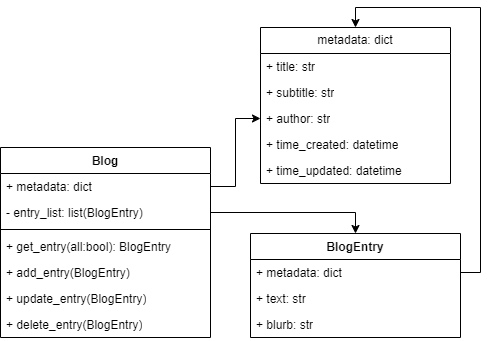
AeroArty/SDDE330_HW1 keeps this draw.io diagram as ClassDiagram.png. Above is the earlier version. Source tidied: cells renumbered, new cells last; positions are measured from the earlier drawing's top-left corner, leaving out a move shared by most shapes. Source of this version:
```xml
<mxGraphModel>
  <root>
    <mxCell id="0" />
    <mxCell id="1" parent="0" />
    <mxCell id="2" style="edgeStyle=orthogonalEdgeStyle;rounded=0;jettySize=auto;html=1;entryX=0.5;entryY=0;entryDx=0;entryDy=0;exitX=1;exitY=0.5;exitDx=0;exitDy=0;" parent="1" edge="1" source="5" target="18">
      <mxGeometry relative="1" as="geometry" />
    </mxCell>
    <mxCell id="3" value="Blog" style="swimlane;fontStyle=1;align=center;verticalAlign=top;horizontal=1;startSize=26;whiteSpace=wrap;html=1;" parent="1" vertex="1">
      <mxGeometry y="120" width="210" height="190" as="geometry" />
    </mxCell>
    <mxCell id="4" value="+ metadata: dict&amp;nbsp;" style="text;strokeColor=none;fillColor=none;align=left;verticalAlign=top;spacingLeft=4;spacingRight=4;overflow=hidden;points=[[0,0.5],[1,0.5]];portConstraint=eastwest;whiteSpace=wrap;html=1;" parent="3" vertex="1">
      <mxGeometry y="26" width="210" height="26" as="geometry" />
    </mxCell>
    <mxCell id="5" value="- entry_list: list(BlogEntry)&amp;nbsp;" style="text;strokeColor=none;fillColor=none;align=left;verticalAlign=top;spacingLeft=4;spacingRight=4;overflow=hidden;points=[[0,0.5],[1,0.5]];portConstraint=eastwest;whiteSpace=wrap;html=1;" parent="3" vertex="1">
      <mxGeometry y="52" width="210" height="26" as="geometry" />
    </mxCell>
    <mxCell id="6" style="line;strokeWidth=1;fillColor=none;align=left;verticalAlign=middle;spacingTop=-1;spacingLeft=3;spacingRight=3;labelPosition=right;strokeColor=inherit;" parent="3" vertex="1">
      <mxGeometry y="78" width="210" height="8" as="geometry" />
    </mxCell>
    <mxCell id="7" value="+ get_entry(all:bool): BlogEntry" style="text;strokeColor=none;fillColor=none;align=left;verticalAlign=top;spacingLeft=4;spacingRight=4;overflow=hidden;whiteSpace=wrap;html=1;" parent="3" vertex="1">
      <mxGeometry y="86" width="210" height="26" as="geometry" />
    </mxCell>
    <mxCell id="8" value="+ add_entry(BlogEntry)" style="text;strokeColor=none;fillColor=none;align=left;verticalAlign=top;spacingLeft=4;spacingRight=4;overflow=hidden;whiteSpace=wrap;html=1;" parent="3" vertex="1">
      <mxGeometry y="112" width="210" height="26" as="geometry" />
    </mxCell>
    <mxCell id="9" value="+ update_entry(BlogEntry)" style="text;strokeColor=none;fillColor=none;align=left;verticalAlign=top;spacingLeft=4;spacingRight=4;overflow=hidden;whiteSpace=wrap;html=1;" parent="3" vertex="1">
      <mxGeometry y="138" width="210" height="26" as="geometry" />
    </mxCell>
    <mxCell id="10" value="+ delete_entry(BlogEntry)" style="text;strokeColor=none;fillColor=none;align=left;verticalAlign=top;spacingLeft=4;spacingRight=4;overflow=hidden;whiteSpace=wrap;html=1;" parent="3" vertex="1">
      <mxGeometry y="164" width="210" height="26" as="geometry" />
    </mxCell>
    <mxCell id="11" value="metadata: dict" style="swimlane;fontStyle=0;horizontal=1;startSize=26;fillColor=none;whiteSpace=wrap;html=1;" parent="1" vertex="1">
      <mxGeometry x="260" width="190" height="156" as="geometry" />
    </mxCell>
    <mxCell id="12" value="+ title: str" style="text;strokeColor=none;fillColor=none;align=left;verticalAlign=top;spacingLeft=4;spacingRight=4;overflow=hidden;whiteSpace=wrap;html=1;" parent="11" vertex="1">
      <mxGeometry y="26" width="190" height="26" as="geometry" />
    </mxCell>
    <mxCell id="13" value="+ subtitle: str" style="text;strokeColor=none;fillColor=none;align=left;verticalAlign=top;spacingLeft=4;spacingRight=4;overflow=hidden;whiteSpace=wrap;html=1;" parent="11" vertex="1">
      <mxGeometry y="52" width="190" height="26" as="geometry" />
    </mxCell>
    <mxCell id="14" value="+ author: str" style="text;strokeColor=none;fillColor=none;align=left;verticalAlign=top;spacingLeft=4;spacingRight=4;overflow=hidden;points=[[0,0.5],[1,0.5]];portConstraint=eastwest;whiteSpace=wrap;html=1;" parent="11" vertex="1">
      <mxGeometry y="78" width="190" height="26" as="geometry" />
    </mxCell>
    <mxCell id="15" value="+ time_created: datetime" style="text;strokeColor=none;fillColor=none;align=left;verticalAlign=top;spacingLeft=4;spacingRight=4;overflow=hidden;whiteSpace=wrap;html=1;" parent="11" vertex="1">
      <mxGeometry y="104" width="190" height="26" as="geometry" />
    </mxCell>
    <mxCell id="16" value="+ time_updated: datetime" style="text;strokeColor=none;fillColor=none;align=left;verticalAlign=top;spacingLeft=4;spacingRight=4;overflow=hidden;whiteSpace=wrap;html=1;" parent="11" vertex="1">
      <mxGeometry y="130" width="190" height="26" as="geometry" />
    </mxCell>
    <mxCell id="17" style="edgeStyle=orthogonalEdgeStyle;rounded=0;jettySize=auto;html=1;exitX=1;exitY=0.5;exitDx=0;exitDy=0;entryX=0;entryY=0.5;entryDx=0;entryDy=0;" parent="1" edge="1" source="4" target="14">
      <mxGeometry relative="1" as="geometry" />
    </mxCell>
    <mxCell id="18" value="BlogEntry" style="swimlane;fontStyle=1;align=center;verticalAlign=top;horizontal=1;startSize=26;whiteSpace=wrap;html=1;" parent="1" vertex="1">
      <mxGeometry x="250" y="206" width="210" height="104" as="geometry" />
    </mxCell>
    <mxCell id="19" value="+ metadata: dict&amp;nbsp;" style="text;strokeColor=none;fillColor=none;align=left;verticalAlign=top;spacingLeft=4;spacingRight=4;overflow=hidden;points=[[0,0.5],[1,0.5]];portConstraint=eastwest;whiteSpace=wrap;html=1;" parent="18" vertex="1">
      <mxGeometry y="26" width="210" height="26" as="geometry" />
    </mxCell>
    <mxCell id="20" value="+ text: str" style="text;strokeColor=none;fillColor=none;align=left;verticalAlign=top;spacingLeft=4;spacingRight=4;overflow=hidden;whiteSpace=wrap;html=1;" parent="18" vertex="1">
      <mxGeometry y="52" width="210" height="26" as="geometry" />
    </mxCell>
    <mxCell id="21" value="+ blurb: str" style="text;strokeColor=none;fillColor=none;align=left;verticalAlign=top;spacingLeft=4;spacingRight=4;overflow=hidden;whiteSpace=wrap;html=1;" parent="18" vertex="1">
      <mxGeometry y="78" width="210" height="26" as="geometry" />
    </mxCell>
    <mxCell id="22" style="edgeStyle=orthogonalEdgeStyle;rounded=0;jettySize=auto;html=1;exitX=1;exitY=0.5;exitDx=0;exitDy=0;entryX=0.5;entryY=0;entryDx=0;entryDy=0;" parent="1" edge="1" source="19" target="11">
      <mxGeometry relative="1" as="geometry" />
    </mxCell>
  </root>
</mxGraphModel>
```
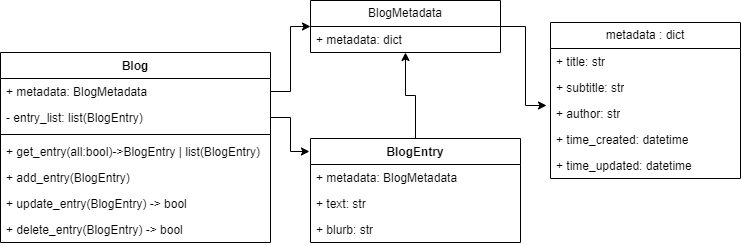
After the change.

Commit message:
Add updates to diagram and code template

Change to the diagram source:
```diff
@@ -2,35 +2,35 @@
   <root>
     <mxCell id="0" />
     <mxCell id="1" parent="0" />
-    <mxCell id="2" style="edgeStyle=orthogonalEdgeStyle;rounded=0;jettySize=auto;html=1;entryX=0.5;entryY=0;entryDx=0;entryDy=0;exitX=1;exitY=0.5;exitDx=0;exitDy=0;" parent="1" edge="1" source="5" target="18">
+    <mxCell id="2" style="edgeStyle=orthogonalEdgeStyle;rounded=0;jettySize=auto;html=1;entryX=-0.005;entryY=0.125;entryDx=0;entryDy=0;exitX=1;exitY=0.5;exitDx=0;exitDy=0;entryPerimeter=0;" parent="1" edge="1" source="5" target="18">
       <mxGeometry relative="1" as="geometry" />
     </mxCell>
     <mxCell id="3" value="Blog" style="swimlane;fontStyle=1;align=center;verticalAlign=top;horizontal=1;startSize=26;whiteSpace=wrap;html=1;" parent="1" vertex="1">
-      <mxGeometry y="120" width="210" height="190" as="geometry" />
+      <mxGeometry x="-60" y="120" width="270" height="190" as="geometry" />
     </mxCell>
-    <mxCell id="4" value="+ metadata: dict&amp;nbsp;" style="text;strokeColor=none;fillColor=none;align=left;verticalAlign=top;spacingLeft=4;spacingRight=4;overflow=hidden;points=[[0,0.5],[1,0.5]];portConstraint=eastwest;whiteSpace=wrap;html=1;" parent="3" vertex="1">
-      <mxGeometry y="26" width="210" height="26" as="geometry" />
+    <mxCell id="4" value="+ metadata: BlogMetadata&amp;nbsp;" style="text;strokeColor=none;fillColor=none;align=left;verticalAlign=top;spacingLeft=4;spacingRight=4;overflow=hidden;points=[[0,0.5],[1,0.5]];portConstraint=eastwest;whiteSpace=wrap;html=1;" parent="3" vertex="1">
+      <mxGeometry y="26" width="270" height="26" as="geometry" />
     </mxCell>
     <mxCell id="5" value="- entry_list: list(BlogEntry)&amp;nbsp;" style="text;strokeColor=none;fillColor=none;align=left;verticalAlign=top;spacingLeft=4;spacingRight=4;overflow=hidden;points=[[0,0.5],[1,0.5]];portConstraint=eastwest;whiteSpace=wrap;html=1;" parent="3" vertex="1">
-      <mxGeometry y="52" width="210" height="26" as="geometry" />
+      <mxGeometry y="52" width="270" height="26" as="geometry" />
     </mxCell>
     <mxCell id="6" style="line;strokeWidth=1;fillColor=none;align=left;verticalAlign=middle;spacingTop=-1;spacingLeft=3;spacingRight=3;labelPosition=right;strokeColor=inherit;" parent="3" vertex="1">
-      <mxGeometry y="78" width="210" height="8" as="geometry" />
+      <mxGeometry y="78" width="270" height="8" as="geometry" />
     </mxCell>
-    <mxCell id="7" value="+ get_entry(all:bool): BlogEntry" style="text;strokeColor=none;fillColor=none;align=left;verticalAlign=top;spacingLeft=4;spacingRight=4;overflow=hidden;whiteSpace=wrap;html=1;" parent="3" vertex="1">
-      <mxGeometry y="86" width="210" height="26" as="geometry" />
+    <mxCell id="7" value="+ get_entry(all:bool)-&amp;gt;BlogEntry | list(BlogEntry)" style="text;strokeColor=none;fillColor=none;align=left;verticalAlign=top;spacingLeft=4;spacingRight=4;overflow=hidden;whiteSpace=wrap;html=1;" parent="3" vertex="1">
+      <mxGeometry y="86" width="270" height="26" as="geometry" />
     </mxCell>
     <mxCell id="8" value="+ add_entry(BlogEntry)" style="text;strokeColor=none;fillColor=none;align=left;verticalAlign=top;spacingLeft=4;spacingRight=4;overflow=hidden;whiteSpace=wrap;html=1;" parent="3" vertex="1">
-      <mxGeometry y="112" width="210" height="26" as="geometry" />
+      <mxGeometry y="112" width="270" height="26" as="geometry" />
     </mxCell>
-    <mxCell id="9" value="+ update_entry(BlogEntry)" style="text;strokeColor=none;fillColor=none;align=left;verticalAlign=top;spacingLeft=4;spacingRight=4;overflow=hidden;whiteSpace=wrap;html=1;" parent="3" vertex="1">
-      <mxGeometry y="138" width="210" height="26" as="geometry" />
+    <mxCell id="9" value="+ update_entry(BlogEntry) -&amp;gt; bool" style="text;strokeColor=none;fillColor=none;align=left;verticalAlign=top;spacingLeft=4;spacingRight=4;overflow=hidden;whiteSpace=wrap;html=1;" parent="3" vertex="1">
+      <mxGeometry y="138" width="270" height="26" as="geometry" />
     </mxCell>
-    <mxCell id="10" value="+ delete_entry(BlogEntry)" style="text;strokeColor=none;fillColor=none;align=left;verticalAlign=top;spacingLeft=4;spacingRight=4;overflow=hidden;whiteSpace=wrap;html=1;" parent="3" vertex="1">
-      <mxGeometry y="164" width="210" height="26" as="geometry" />
+    <mxCell id="10" value="+ delete_entry(BlogEntry) -&amp;gt; bool" style="text;strokeColor=none;fillColor=none;align=left;verticalAlign=top;spacingLeft=4;spacingRight=4;overflow=hidden;whiteSpace=wrap;html=1;" parent="3" vertex="1">
+      <mxGeometry y="164" width="270" height="26" as="geometry" />
     </mxCell>
-    <mxCell id="11" value="metadata: dict" style="swimlane;fontStyle=0;horizontal=1;startSize=26;fillColor=none;whiteSpace=wrap;html=1;" parent="1" vertex="1">
-      <mxGeometry x="260" width="190" height="156" as="geometry" />
+    <mxCell id="11" value="metadata : dict" style="swimlane;fontStyle=0;horizontal=1;startSize=26;fillColor=none;whiteSpace=wrap;html=1;" parent="1" vertex="1">
+      <mxGeometry x="490" y="90" width="190" height="156" as="geometry" />
     </mxCell>
     <mxCell id="12" value="+ title: str" style="text;strokeColor=none;fillColor=none;align=left;verticalAlign=top;spacingLeft=4;spacingRight=4;overflow=hidden;whiteSpace=wrap;html=1;" parent="11" vertex="1">
       <mxGeometry y="26" width="190" height="26" as="geometry" />
@@ -47,13 +47,13 @@
     <mxCell id="16" value="+ time_updated: datetime" style="text;strokeColor=none;fillColor=none;align=left;verticalAlign=top;spacingLeft=4;spacingRight=4;overflow=hidden;whiteSpace=wrap;html=1;" parent="11" vertex="1">
       <mxGeometry y="130" width="190" height="26" as="geometry" />
     </mxCell>
-    <mxCell id="17" style="edgeStyle=orthogonalEdgeStyle;rounded=0;jettySize=auto;html=1;exitX=1;exitY=0.5;exitDx=0;exitDy=0;entryX=0;entryY=0.5;entryDx=0;entryDy=0;" parent="1" edge="1" source="4" target="14">
+    <mxCell id="17" style="edgeStyle=orthogonalEdgeStyle;rounded=0;jettySize=auto;html=1;exitX=1;exitY=0.5;exitDx=0;exitDy=0;entryX=0;entryY=0.5;entryDx=0;entryDy=0;" parent="1" edge="1" source="4" target="23">
       <mxGeometry relative="1" as="geometry" />
     </mxCell>
     <mxCell id="18" value="BlogEntry" style="swimlane;fontStyle=1;align=center;verticalAlign=top;horizontal=1;startSize=26;whiteSpace=wrap;html=1;" parent="1" vertex="1">
       <mxGeometry x="250" y="206" width="210" height="104" as="geometry" />
     </mxCell>
-    <mxCell id="19" value="+ metadata: dict&amp;nbsp;" style="text;strokeColor=none;fillColor=none;align=left;verticalAlign=top;spacingLeft=4;spacingRight=4;overflow=hidden;points=[[0,0.5],[1,0.5]];portConstraint=eastwest;whiteSpace=wrap;html=1;" parent="18" vertex="1">
+    <mxCell id="19" value="+ metadata: BlogMetadata" style="text;strokeColor=none;fillColor=none;align=left;verticalAlign=top;spacingLeft=4;spacingRight=4;overflow=hidden;points=[[0,0.5],[1,0.5]];portConstraint=eastwest;whiteSpace=wrap;html=1;" parent="18" vertex="1">
       <mxGeometry y="26" width="210" height="26" as="geometry" />
     </mxCell>
     <mxCell id="20" value="+ text: str" style="text;strokeColor=none;fillColor=none;align=left;verticalAlign=top;spacingLeft=4;spacingRight=4;overflow=hidden;whiteSpace=wrap;html=1;" parent="18" vertex="1">
@@ -62,8 +62,17 @@
     <mxCell id="21" value="+ blurb: str" style="text;strokeColor=none;fillColor=none;align=left;verticalAlign=top;spacingLeft=4;spacingRight=4;overflow=hidden;whiteSpace=wrap;html=1;" parent="18" vertex="1">
       <mxGeometry y="78" width="210" height="26" as="geometry" />
     </mxCell>
-    <mxCell id="22" style="edgeStyle=orthogonalEdgeStyle;rounded=0;jettySize=auto;html=1;exitX=1;exitY=0.5;exitDx=0;exitDy=0;entryX=0.5;entryY=0;entryDx=0;entryDy=0;" parent="1" edge="1" source="19" target="11">
+    <mxCell id="22" style="edgeStyle=orthogonalEdgeStyle;rounded=0;jettySize=auto;html=1;exitX=0.5;exitY=0;exitDx=0;exitDy=0;entryX=0.5;entryY=1;entryDx=0;entryDy=0;" parent="1" edge="1" source="18" target="23">
       <mxGeometry relative="1" as="geometry" />
     </mxCell>
+    <mxCell id="23" value="BlogMetadata" style="swimlane;fontStyle=0;horizontal=1;startSize=26;fillColor=none;whiteSpace=wrap;html=1;" parent="1" vertex="1">
+      <mxGeometry x="250" y="68" width="190" height="52" as="geometry" />
+    </mxCell>
+    <mxCell id="24" value="+ metadata: dict" style="text;strokeColor=none;fillColor=none;align=left;verticalAlign=top;spacingLeft=4;spacingRight=4;overflow=hidden;whiteSpace=wrap;html=1;" parent="23" vertex="1">
+      <mxGeometry y="26" width="190" height="26" as="geometry" />
+    </mxCell>
+    <mxCell id="25" style="edgeStyle=orthogonalEdgeStyle;rounded=0;jettySize=auto;html=1;exitX=1;exitY=0.5;exitDx=0;exitDy=0;entryX=-0.021;entryY=0.192;entryDx=0;entryDy=0;entryPerimeter=0;" parent="1" edge="1" source="23" target="14">
+      <mxGeometry relative="1" as="geometry" />
+    </mxCell>
   </root>
 </mxGraphModel>
```
